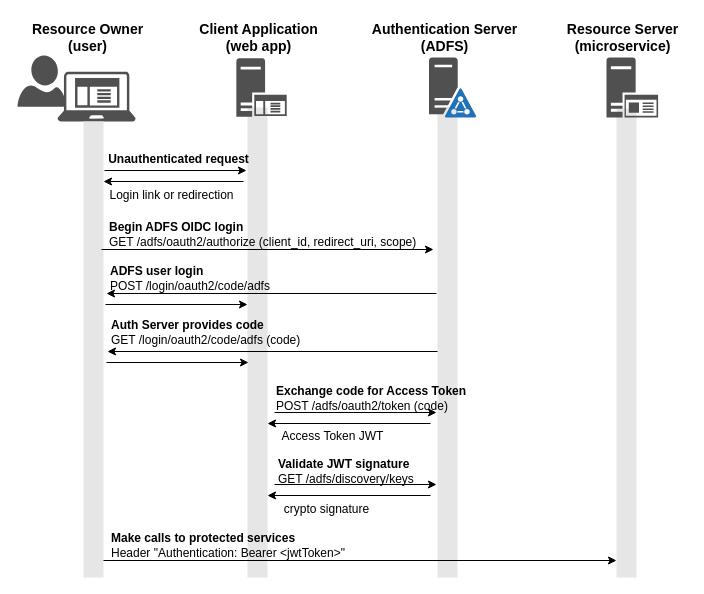
Above: diagrams/oauth2-entities.drawio in fabianlee/spring-boot-security5-oauth2-oidc (draw.io), before the change. Source tidied: cells renumbered, new cells numbered last; positions are measured from the earlier drawing's top-left corner, leaving out a move shared by most shapes. Both pictures are drawn from the tidied source at 100%, with x=0, y=0 at pixel (17, 17).
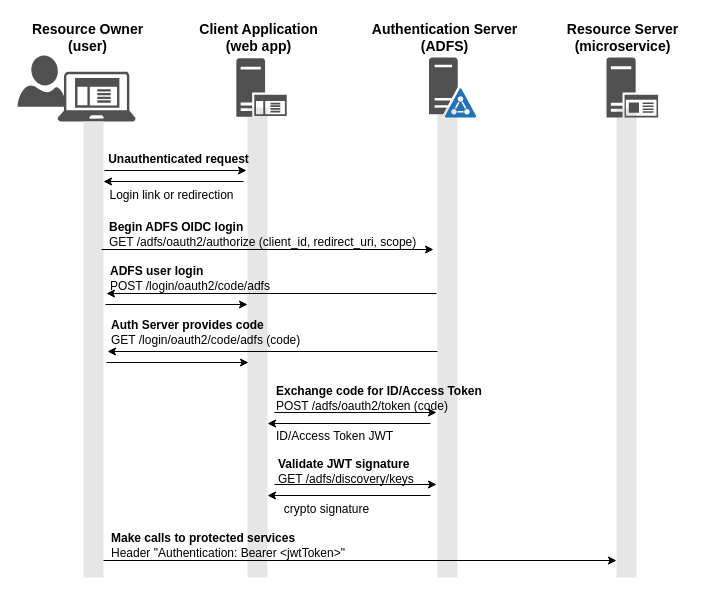
The same diagram, later.

The edit, as a diff of the source:
```diff
@@
-    <mxCell id="29" value="&lt;div&gt;&lt;b&gt;Exchange code for Access Token&lt;/b&gt;&lt;br&gt;&lt;/div&gt;&lt;div&gt;POST /adfs/oauth2/token (code)&lt;br&gt;&lt;/div&gt;" style="text;html=1;align=left;verticalAlign=middle;fillColor=none;strokeColor=none;rounded=0;" parent="1" vertex="1">
-      <mxGeometry x="256.5" y="366" width="210" height="30" as="geometry" />
+    <mxCell id="29" value="&lt;div&gt;&lt;b&gt;Exchange code for ID/Access Token&lt;/b&gt;&lt;br&gt;&lt;/div&gt;&lt;div&gt;POST /adfs/oauth2/token (code)&lt;br&gt;&lt;/div&gt;" style="text;html=1;align=left;verticalAlign=middle;fillColor=none;strokeColor=none;rounded=0;" parent="1" vertex="1">
+      <mxGeometry x="256.5" y="361" width="230" height="40" as="geometry" />
     </mxCell>
-    <mxCell id="30" value="Access Token JWT" style="text;html=1;align=center;verticalAlign=middle;fillColor=none;strokeColor=none;rounded=0;" parent="1" vertex="1">
-      <mxGeometry x="254.5" y="409" width="120" height="20" as="geometry" />
+    <mxCell id="30" value="ID/Access Token JWT" style="text;html=1;align=left;verticalAlign=middle;fillColor=none;strokeColor=none;rounded=0;" parent="1" vertex="1">
+      <mxGeometry x="256.5" y="404" width="140" height="30" as="geometry" />
     </mxCell>
```
